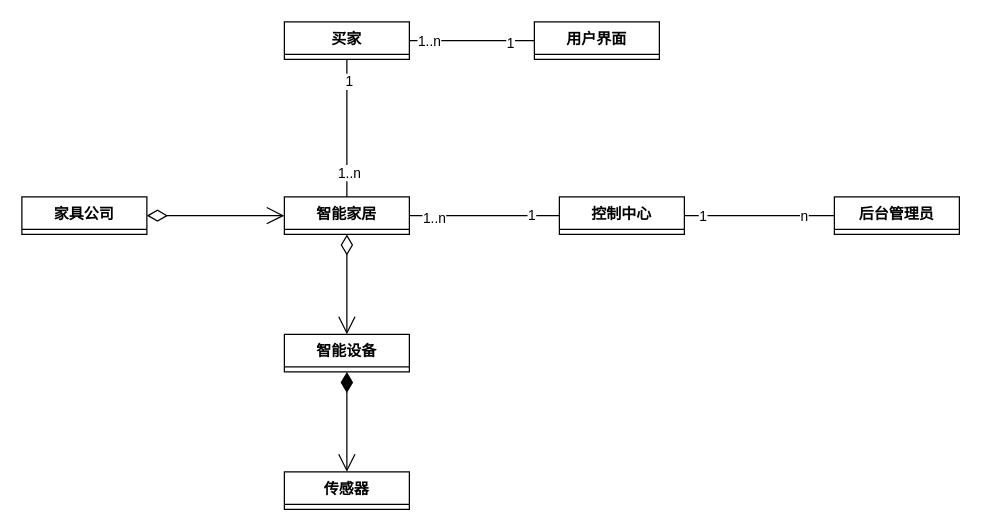
Earlier version of the draw.io diagram 智能家居类图.drawio (2919282119/charts). Source tidied: cells renumbered, new cells numbered last; positions are measured from the earlier drawing's top-left corner, leaving out a move shared by most shapes. Both pictures are drawn from the tidied source at 125%, with x=0, y=0 at pixel (21, 21).
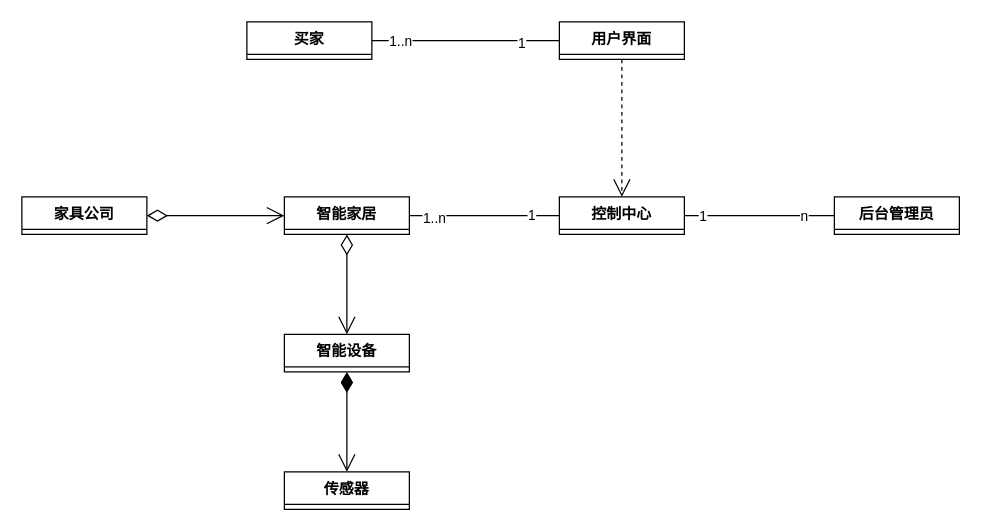
After the change.

Commit message (it also covers changes not shown here):
更新智能家居类图.drawio

The change refers to these unchanged cells:
```xml
<mxCell id="6" value="控制中心" style="swimlane;fontStyle=1;align=center;verticalAlign=top;horizontal=1;startSize=26;whiteSpace=wrap;html=1;" parent="1" vertex="1" collapsed="1">
  <mxGeometry x="430" y="140" width="100" height="30" as="geometry" />
</mxCell>
<mxCell id="15" value="智能家居" style="swimlane;fontStyle=1;align=center;verticalAlign=top;horizontal=1;startSize=26;whiteSpace=wrap;html=1;" parent="1" vertex="1" collapsed="1">
  <mxGeometry x="210" y="140" width="100" height="30" as="geometry" />
</mxCell>
```

Change to the diagram source:
```diff
@@
     <mxCell id="2" value="买家" style="swimlane;fontStyle=1;align=center;verticalAlign=top;horizontal=1;startSize=26;whiteSpace=wrap;html=1;" parent="1" vertex="1" collapsed="1">
-      <mxGeometry x="210" width="100" height="30" as="geometry" />
+      <mxGeometry x="180" width="100" height="30" as="geometry" />
     </mxCell>
@@
     <mxCell id="7" value="用户界面" style="swimlane;fontStyle=1;align=center;verticalAlign=top;horizontal=1;startSize=26;whiteSpace=wrap;html=1;" parent="1" vertex="1" collapsed="1">
-      <mxGeometry x="410" width="100" height="30" as="geometry" />
+      <mxGeometry x="430" width="100" height="30" as="geometry" />
     </mxCell>
@@
-    <mxCell id="22" style="endArrow=none;html=1;rounded=0;exitX=0.5;exitY=1;exitDx=0;exitDy=0;entryX=0.5;entryY=0;entryDx=0;entryDy=0;" parent="1" edge="1" source="2" target="15">
-      <mxGeometry relative="1" as="geometry" />
-    </mxCell>
-    <mxCell id="23" value="1" style="edgeLabel;html=1;align=center;verticalAlign=middle;" parent="22" vertex="1">
-      <mxGeometry x="-0.69" y="1" relative="1" as="geometry" />
-    </mxCell>
-    <mxCell id="24" value="1..n" style="edgeLabel;html=1;align=center;verticalAlign=middle;" parent="22" vertex="1">
-      <mxGeometry x="0.64" y="1" relative="1" as="geometry" />
-    </mxCell>
+    <mxCell id="25" style="endArrow=open;endSize=12;dashed=1;html=1;rounded=0;exitX=0.5;exitY=1;exitDx=0;exitDy=0;entryX=0.5;entryY=0;entryDx=0;entryDy=0;" parent="1" edge="1" source="7" target="6">
+      <mxGeometry relative="1" as="geometry" />
+    </mxCell>
```
